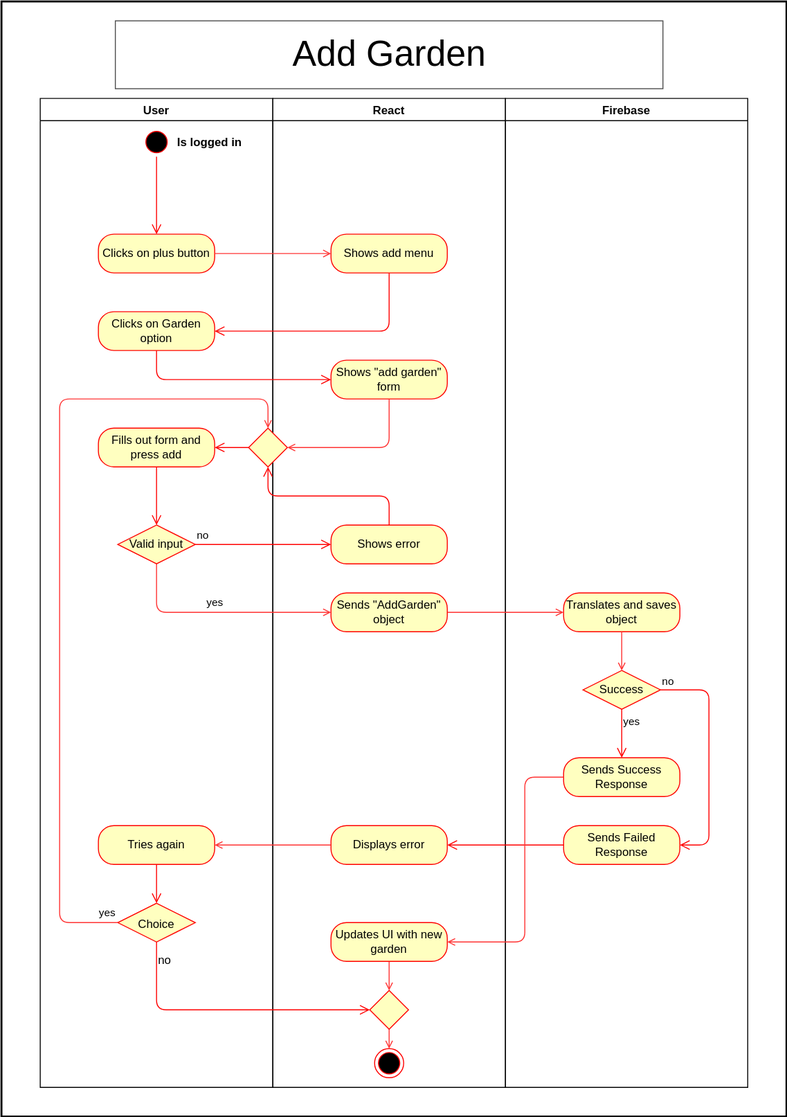
This is docs/assets/svg/useCaseDiagrams/addGarden.drawio.svg from Green-Fingers-App/gardeningApp, a draw.io export, as it was before one commit. Source tidied: cells renumbered, new cells last; positions are measured from the earlier drawing's top-left corner, leaving out a move shared by most shapes.
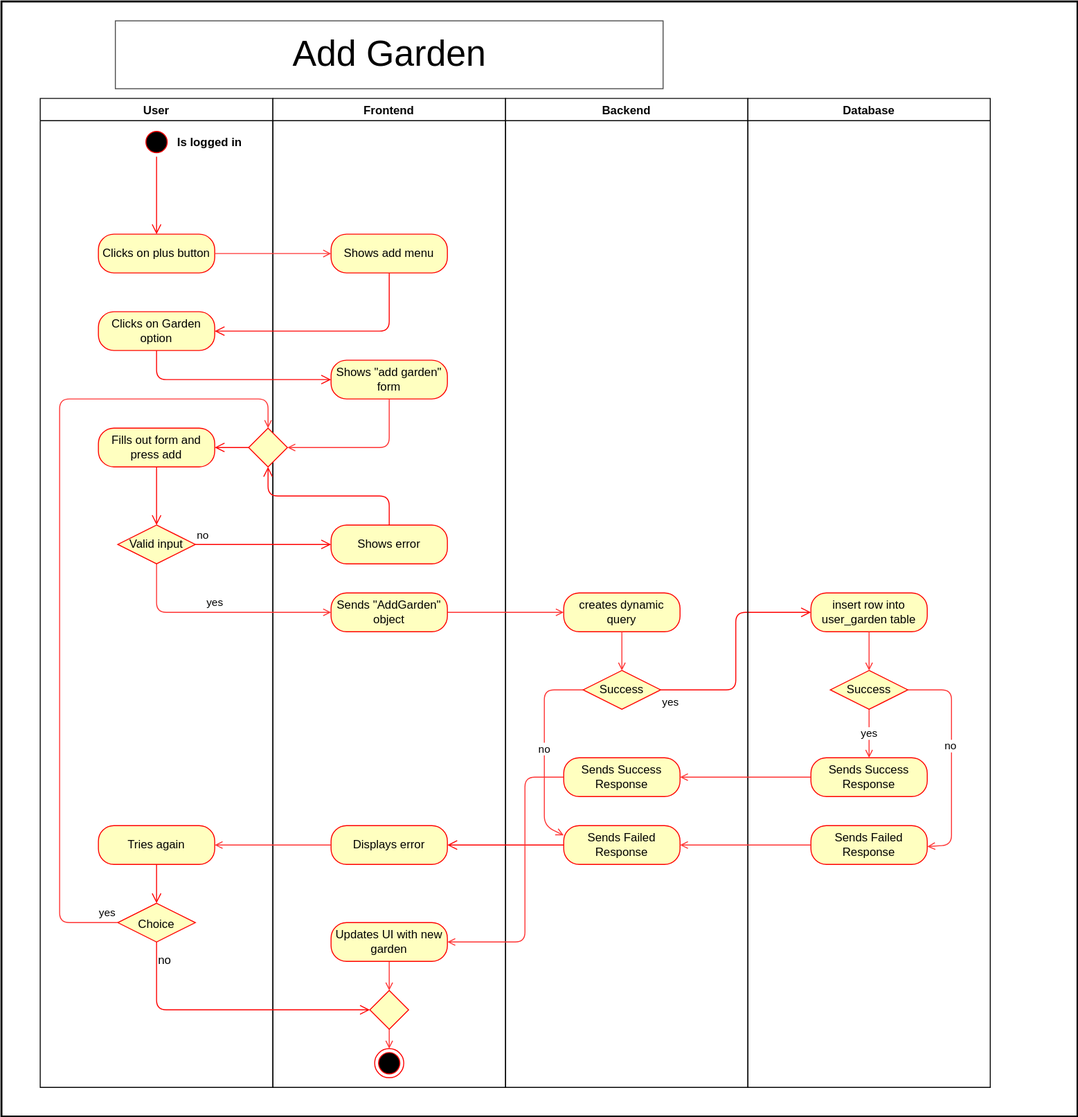
Above is the later version.

Diff of the diagram source:
```diff
@@ -3,7 +3,7 @@
     <mxCell id="0" />
     <mxCell id="1" parent="0" />
     <mxCell id="2" style="rounded=0;whiteSpace=wrap;html=1;strokeColor=#000000;fillColor=#FFFFFF;strokeWidth=2;" parent="1" vertex="1">
-      <mxGeometry width="810" height="1150" as="geometry" />
+      <mxGeometry width="1110" height="1150" as="geometry" />
     </mxCell>
     <mxCell id="3" value="User" style="swimlane;strokeColor=#050505;fillColor=#FFFFFF;fontColor=#000000;" parent="1" vertex="1">
       <mxGeometry x="40" y="100" width="240" height="1020" as="geometry" />
@@ -23,7 +23,7 @@
     <mxCell id="8" value="&lt;font style=&quot;font-size: 12px;&quot;&gt;Choice&lt;/font&gt;" style="rhombus;whiteSpace=wrap;html=1;fillColor=#ffffc0;strokeColor=#ff0000;fontSize=18;" parent="3" vertex="1">
       <mxGeometry x="80" y="830" width="80" height="40" as="geometry" />
     </mxCell>
-    <mxCell id="9" value="React" style="swimlane;strokeColor=#050505;fillColor=#FFFFFF;fontColor=#050505;startSize=23;" parent="1" vertex="1">
+    <mxCell id="9" value="Frontend" style="swimlane;strokeColor=#050505;fillColor=#FFFFFF;fontColor=#050505;startSize=23;" parent="1" vertex="1">
       <mxGeometry x="280" y="100" width="240" height="1020" as="geometry" />
     </mxCell>
     <mxCell id="10" style="rounded=0;whiteSpace=wrap;html=1;strokeColor=#FFFFFF;fillColor=#FFFFFF;" parent="9" vertex="1">
@@ -50,10 +50,10 @@
     <mxCell id="17" style="rhombus;whiteSpace=wrap;html=1;fillColor=#ffffc0;strokeColor=#ff0000;direction=south;" parent="9" vertex="1">
       <mxGeometry x="100" y="920" width="40" height="40" as="geometry" />
     </mxCell>
-    <mxCell id="18" value="Firebase" style="swimlane;strokeColor=#050505;fillColor=#FFFFFF;fontColor=#050505;" parent="1" vertex="1">
+    <mxCell id="18" value="Backend" style="swimlane;strokeColor=#050505;fillColor=#FFFFFF;fontColor=#050505;" parent="1" vertex="1">
       <mxGeometry x="520" y="100" width="250" height="1020" as="geometry" />
     </mxCell>
-    <mxCell id="19" value="Translates and saves object" style="rounded=1;whiteSpace=wrap;html=1;arcSize=40;fontColor=#000000;fillColor=#ffffc0;strokeColor=#ff0000;" parent="18" vertex="1">
+    <mxCell id="19" value="creates dynamic query" style="rounded=1;whiteSpace=wrap;html=1;arcSize=40;fontColor=#000000;fillColor=#ffffc0;strokeColor=#ff0000;" parent="18" vertex="1">
       <mxGeometry x="60" y="510" width="120" height="40" as="geometry" />
     </mxCell>
     <mxCell id="20" value="Sends Success Response" style="rounded=1;whiteSpace=wrap;html=1;arcSize=40;fontColor=#000000;fillColor=#ffffc0;strokeColor=#ff0000;" parent="18" vertex="1">
@@ -135,18 +135,18 @@
     <mxCell id="37" value="Sends &quot;AddGarden&quot; object" style="rounded=1;whiteSpace=wrap;html=1;arcSize=40;fontColor=#000000;fillColor=#ffffc0;strokeColor=#ff0000;" parent="1" vertex="1">
       <mxGeometry x="340" y="610" width="120" height="40" as="geometry" />
     </mxCell>
+    <mxCell id="39" value="no" style="edgeStyle=none;html=1;entryX=0;entryY=0.25;entryDx=0;entryDy=0;endArrow=open;endFill=0;strokeColor=#FF3333;" parent="1" edge="1" source="38" target="21">
+      <mxGeometry relative="1" as="geometry">
+        <Array as="points">
+          <mxPoint x="560" y="710" />
+          <mxPoint x="560" y="850" />
+        </Array>
+      </mxGeometry>
+    </mxCell>
     <mxCell id="38" value="Success" style="rhombus;whiteSpace=wrap;html=1;fillColor=#ffffc0;strokeColor=#ff0000;" parent="1" vertex="1">
       <mxGeometry x="600" y="690" width="80" height="40" as="geometry" />
     </mxCell>
-    <mxCell id="39" value="no" style="edgeStyle=orthogonalEdgeStyle;html=1;align=left;verticalAlign=bottom;endArrow=open;endSize=8;strokeColor=#ff0000;entryX=1;entryY=0.5;entryDx=0;entryDy=0;" parent="1" edge="1" source="38" target="21">
-      <mxGeometry x="-1" relative="1" as="geometry">
-        <Array as="points">
-          <mxPoint x="730" y="710" />
-          <mxPoint x="730" y="870" />
-        </Array>
-      </mxGeometry>
-    </mxCell>
-    <mxCell id="40" value="yes" style="edgeStyle=orthogonalEdgeStyle;html=1;align=left;verticalAlign=top;endArrow=open;endSize=8;strokeColor=#ff0000;" parent="1" edge="1" source="38" target="20">
+    <mxCell id="40" value="yes" style="edgeStyle=orthogonalEdgeStyle;html=1;align=left;verticalAlign=top;endArrow=open;endSize=8;strokeColor=#ff0000;entryX=0;entryY=0.5;entryDx=0;entryDy=0;" parent="1" edge="1" source="38" target="52">
       <mxGeometry x="-1" relative="1" as="geometry" />
     </mxCell>
     <mxCell id="41" style="edgeStyle=none;html=1;entryX=0.5;entryY=0;entryDx=0;entryDy=0;strokeColor=#FF3333;endArrow=open;endFill=0;" parent="1" edge="1" source="19" target="38">
@@ -194,5 +194,44 @@
     <mxCell id="50" value="&lt;font style=&quot;background-color: rgb(255, 255, 255); font-size: 37px;&quot; color=&quot;#000000&quot;&gt;Add Garden&lt;/font&gt;" style="rounded=0;whiteSpace=wrap;html=1;fillColor=#FFFFFF;strokeColor=#4D4D4D;" parent="1" vertex="1">
       <mxGeometry x="117.5" y="20" width="565" height="70" as="geometry" />
     </mxCell>
+    <mxCell id="51" value="Database" style="swimlane;strokeColor=#050505;fillColor=#FFFFFF;fontColor=#050505;" parent="1" vertex="1">
+      <mxGeometry x="770" y="100" width="250" height="1020" as="geometry" />
+    </mxCell>
+    <mxCell id="52" value="insert row into user_garden table" style="rounded=1;whiteSpace=wrap;html=1;arcSize=40;fontColor=#000000;fillColor=#ffffc0;strokeColor=#ff0000;" parent="51" vertex="1">
+      <mxGeometry x="65" y="510" width="120" height="40" as="geometry" />
+    </mxCell>
+    <mxCell id="53" value="Sends Success Response" style="rounded=1;whiteSpace=wrap;html=1;arcSize=40;fontColor=#000000;fillColor=#ffffc0;strokeColor=#ff0000;" parent="51" vertex="1">
+      <mxGeometry x="65" y="680" width="120" height="40" as="geometry" />
+    </mxCell>
+    <mxCell id="54" value="Sends Failed Response" style="rounded=1;whiteSpace=wrap;html=1;arcSize=40;fontColor=#000000;fillColor=#ffffc0;strokeColor=#ff0000;" parent="51" vertex="1">
+      <mxGeometry x="65" y="750" width="120" height="40" as="geometry" />
+    </mxCell>
+    <mxCell id="55" style="edgeStyle=none;html=1;entryX=1;entryY=0.5;entryDx=0;entryDy=0;exitX=1;exitY=0.5;exitDx=0;exitDy=0;strokeColor=#FF3333;endArrow=open;endFill=0;" parent="51" edge="1" source="60">
+      <mxGeometry relative="1" as="geometry">
+        <mxPoint x="185" y="771.6" as="targetPoint" />
+        <Array as="points">
+          <mxPoint x="210" y="610" />
+          <mxPoint x="210" y="770" />
+        </Array>
+      </mxGeometry>
+    </mxCell>
+    <mxCell id="56" value="no" style="edgeLabel;html=1;align=center;verticalAlign=middle;" parent="55" vertex="1">
+      <mxGeometry x="-0.11" y="-2" relative="1" as="geometry" />
+    </mxCell>
+    <mxCell id="57" style="edgeStyle=none;html=1;entryX=1;entryY=0.5;entryDx=0;entryDy=0;strokeColor=#FF3333;endArrow=open;endFill=0;" parent="1" edge="1" source="54" target="21">
+      <mxGeometry relative="1" as="geometry" />
+    </mxCell>
+    <mxCell id="58" style="edgeStyle=none;html=1;entryX=1;entryY=0.5;entryDx=0;entryDy=0;strokeColor=#FF3333;endArrow=open;endFill=0;" parent="1" edge="1" source="53" target="20">
+      <mxGeometry relative="1" as="geometry" />
+    </mxCell>
+    <mxCell id="59" value="yes" style="edgeStyle=none;html=1;strokeColor=#FF3333;endArrow=open;endFill=0;" parent="1" edge="1" source="60" target="53">
+      <mxGeometry relative="1" as="geometry" />
+    </mxCell>
+    <mxCell id="60" value="Success" style="rhombus;whiteSpace=wrap;html=1;fillColor=#ffffc0;strokeColor=#ff0000;" parent="1" vertex="1">
+      <mxGeometry x="855" y="690" width="80" height="40" as="geometry" />
+    </mxCell>
+    <mxCell id="61" style="edgeStyle=none;html=1;entryX=0.5;entryY=0;entryDx=0;entryDy=0;endArrow=open;endFill=0;strokeColor=#FF3333;" parent="1" edge="1" source="52" target="60">
+      <mxGeometry relative="1" as="geometry" />
+    </mxCell>
   </root>
 </mxGraphModel>
```
